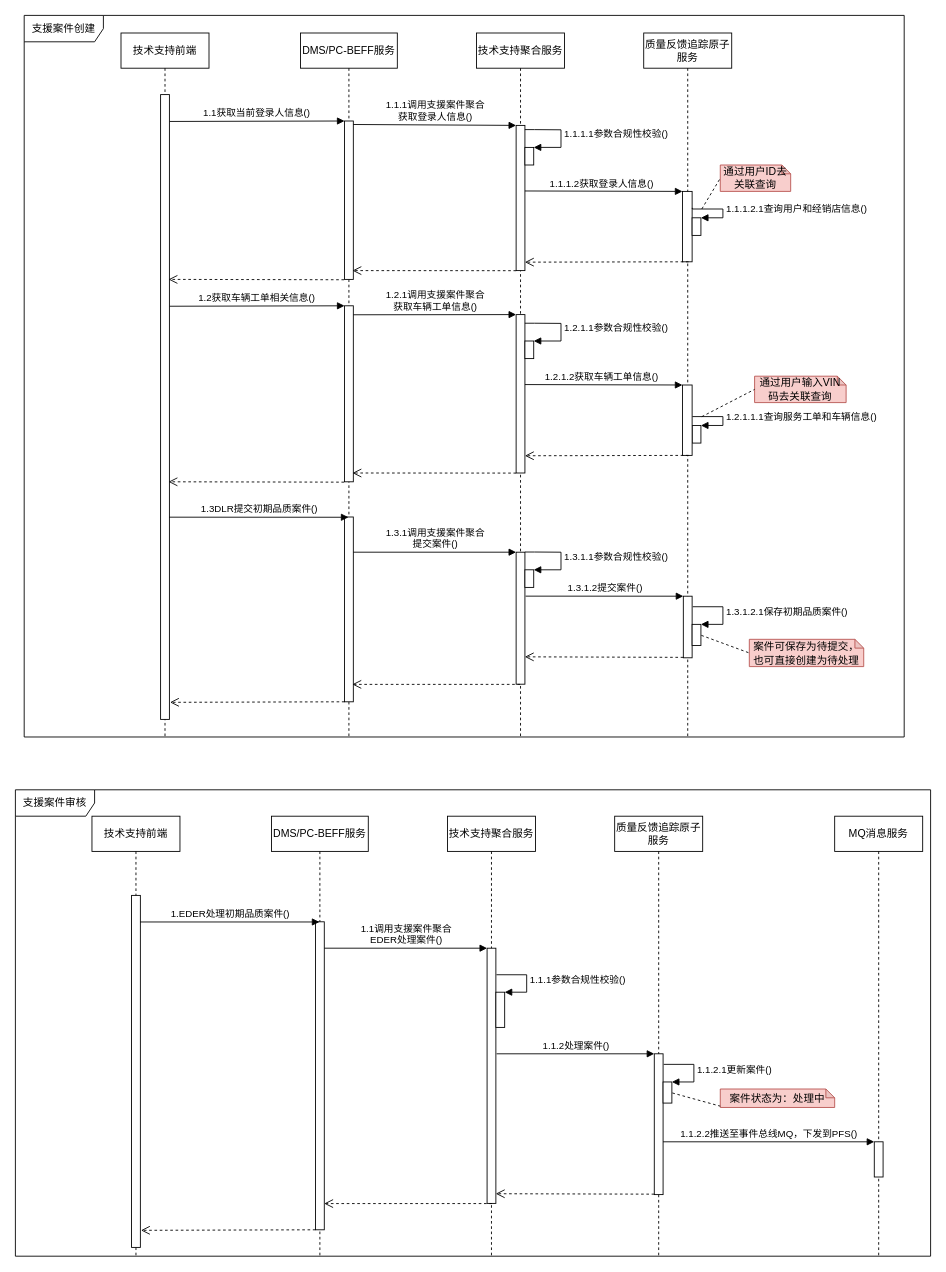
1132489442/designer keeps this draw.io diagram as page "大小部屋行为设计" (10 of 11) of images/支援案件时序图.drawio. Above is the earlier version. Source tidied: cells renumbered, new cells numbered last; positions are measured from the earlier drawing's top-left corner, leaving out a move shared by most shapes. Both pictures are drawn from the tidied source at 88%, with x=0, y=0 at pixel (15, 15).
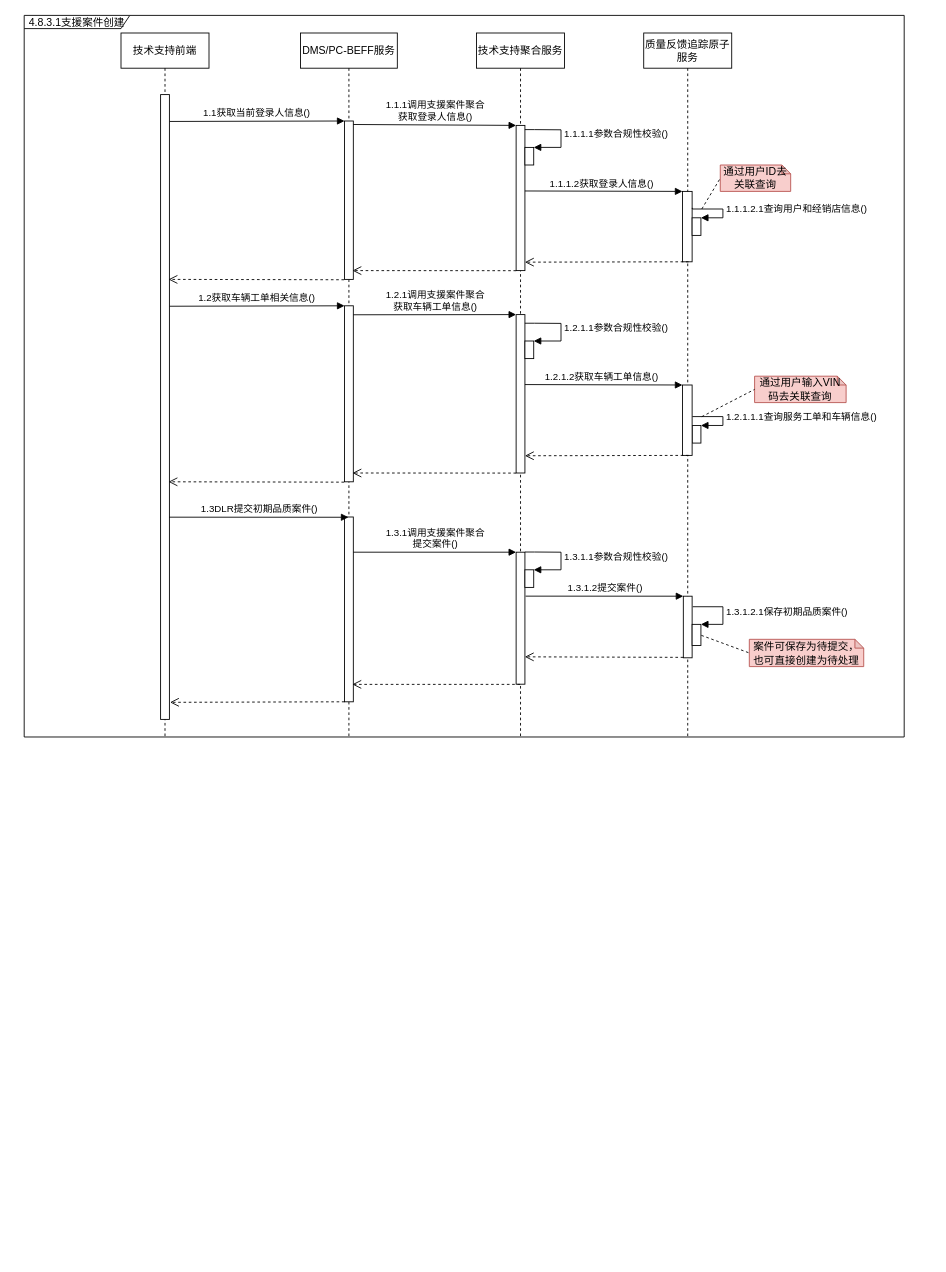
The same diagram, later.

The edit, as a diff of the source:
```diff
@@
-    <mxCell id="28" value="质量反馈追踪原子服务" style="shape=umlLifeline;perimeter=lifelinePerimeter;whiteSpace=wrap;html=1;" parent="1" vertex="1">
-      <mxGeometry x="681" y="910" width="100" height="500" as="geometry" />
-    </mxCell>
-    <mxCell id="29" value="技术支持聚合服务" style="shape=umlLifeline;perimeter=lifelinePerimeter;whiteSpace=wrap;html=1;" parent="1" vertex="1">
-      <mxGeometry x="491" y="910" width="100" height="500" as="geometry" />
-    </mxCell>
-    <mxCell id="30" value="技术支持前端" style="shape=umlLifeline;perimeter=lifelinePerimeter;whiteSpace=wrap;html=1;" parent="1" vertex="1">
-      <mxGeometry x="87" y="910" width="100" height="500" as="geometry" />
-    </mxCell>
-    <mxCell id="31" style="html=1;perimeter=orthogonalPerimeter;" parent="30" vertex="1">
-      <mxGeometry x="45" y="90" width="10" height="400" as="geometry" />
-    </mxCell>
-    <mxCell id="32" value="DMS/PC-BEFF服务" style="shape=umlLifeline;perimeter=lifelinePerimeter;whiteSpace=wrap;html=1;" parent="1" vertex="1">
-      <mxGeometry x="291" y="910" width="110" height="500" as="geometry" />
-    </mxCell>
-    <mxCell id="33" style="html=1;perimeter=orthogonalPerimeter;" parent="32" vertex="1">
-      <mxGeometry x="50" y="120" width="10" height="350" as="geometry" />
-    </mxCell>
-    <mxCell id="34" value="MQ消息服务" style="shape=umlLifeline;perimeter=lifelinePerimeter;whiteSpace=wrap;html=1;" parent="1" vertex="1">
-      <mxGeometry x="931" y="910" width="100" height="500" as="geometry" />
-    </mxCell>
-    <mxCell id="35" style="html=1;points=[];perimeter=orthogonalPerimeter;" parent="34" vertex="1">
-      <mxGeometry x="45" y="370" width="10" height="40" as="geometry" />
-    </mxCell>
-    <mxCell id="36" value="1.EDER处理初期品质案件()" style="html=1;verticalAlign=bottom;endArrow=block;rounded=0;exitX=0.967;exitY=0.255;exitDx=0;exitDy=0;exitPerimeter=0;" parent="1" edge="1">
-      <mxGeometry relative="1" as="geometry">
-        <mxPoint x="141.7" y="1030.2" as="sourcePoint" />
-        <mxPoint x="345.5" y="1030.2" as="targetPoint" />
-      </mxGeometry>
-    </mxCell>
-    <mxCell id="37" style="html=1;points=[];perimeter=orthogonalPerimeter;" parent="1" vertex="1">
-      <mxGeometry x="536" y="1060" width="10" height="290" as="geometry" />
-    </mxCell>
-    <mxCell id="38" value="1.1调用支援案件聚合&lt;br&gt;EDER处理案件()" style="html=1;verticalAlign=bottom;endArrow=block;entryX=0;entryY=0;rounded=0;" parent="1" edge="1">
-      <mxGeometry relative="1" as="geometry">
-        <mxPoint x="351" y="1060" as="sourcePoint" />
-        <mxPoint x="536" y="1060" as="targetPoint" />
-      </mxGeometry>
-    </mxCell>
-    <mxCell id="39" style="html=1;perimeter=orthogonalPerimeter;" parent="1" vertex="1">
-      <mxGeometry x="726" y="1180" width="10" height="160" as="geometry" />
-    </mxCell>
-    <mxCell id="40" style="html=1;perimeter=orthogonalPerimeter;" parent="1" vertex="1">
-      <mxGeometry x="736" y="1212" width="10" height="24" as="geometry" />
-    </mxCell>
-    <mxCell id="41" value="1.1.2.1更新案件()" style="edgeStyle=orthogonalEdgeStyle;html=1;align=left;spacingLeft=2;endArrow=block;rounded=0;entryX=1;entryY=0;exitX=1.069;exitY=0.171;exitDx=0;exitDy=0;exitPerimeter=0;" parent="1" edge="1">
-      <mxGeometry relative="1" as="geometry">
-        <mxPoint x="736.7" y="1192" as="sourcePoint" />
-        <mxPoint x="746" y="1212" as="targetPoint" />
-        <Array as="points">
-          <mxPoint x="771" y="1192" />
-          <mxPoint x="771" y="1212" />
-        </Array>
-      </mxGeometry>
-    </mxCell>
-    <mxCell id="42" value="1.1.2处理案件()" style="html=1;verticalAlign=bottom;endArrow=block;entryX=0;entryY=0;rounded=0;exitX=1.078;exitY=0.333;exitDx=0;exitDy=0;exitPerimeter=0;" parent="1" edge="1">
-      <mxGeometry relative="1" as="geometry">
-        <mxPoint x="546.8" y="1180" as="sourcePoint" />
-        <mxPoint x="726" y="1180" as="targetPoint" />
-      </mxGeometry>
-    </mxCell>
-    <mxCell id="43" style="html=1;verticalAlign=bottom;endArrow=open;dashed=1;endSize=8;exitX=0;exitY=0.95;rounded=0;entryX=0.991;entryY=0.773;entryDx=0;entryDy=0;entryPerimeter=0;" parent="1" edge="1">
-      <mxGeometry relative="1" as="geometry">
-        <mxPoint x="726" y="1339.5" as="sourcePoint" />
-        <mxPoint x="545.9" y="1339" as="targetPoint" />
-      </mxGeometry>
-    </mxCell>
-    <mxCell id="44" style="html=1;verticalAlign=bottom;endArrow=open;dashed=1;endSize=8;rounded=0;entryX=0.89;entryY=0.897;entryDx=0;entryDy=0;entryPerimeter=0;" parent="1" edge="1">
-      <mxGeometry relative="1" as="geometry">
-        <mxPoint x="541.5" y="1350.2" as="sourcePoint" />
-        <mxPoint x="350.9" y="1350.2" as="targetPoint" />
-      </mxGeometry>
-    </mxCell>
-    <mxCell id="45" style="html=1;verticalAlign=bottom;endArrow=open;dashed=1;endSize=8;rounded=0;entryX=1.071;entryY=0.454;entryDx=0;entryDy=0;entryPerimeter=0;" parent="1" edge="1">
-      <mxGeometry relative="1" as="geometry">
-        <mxPoint x="341" y="1380" as="sourcePoint" />
-        <mxPoint x="142.7" y="1380.6" as="targetPoint" />
-      </mxGeometry>
-    </mxCell>
-    <mxCell id="46" value="1.1.2.2&lt;span style=&quot;text-align: left&quot;&gt;推送至事件总线MQ，下发到PFS&lt;/span&gt;&lt;span style=&quot;text-align: left&quot;&gt;()&lt;/span&gt;" style="html=1;verticalAlign=bottom;endArrow=block;entryX=0;entryY=0;rounded=0;" parent="1" edge="1" target="35">
-      <mxGeometry relative="1" as="geometry">
-        <mxPoint x="736" y="1280" as="sourcePoint" />
-      </mxGeometry>
-    </mxCell>
-    <mxCell id="47" value="案件状态为：处理中" style="shape=note;whiteSpace=wrap;html=1;backgroundOutline=1;darkOpacity=0.05;size=10;fillColor=#f8cecc;strokeColor=#b85450;" parent="1" vertex="1">
-      <mxGeometry x="801" y="1220" width="130" height="21" as="geometry" />
-    </mxCell>
-    <mxCell id="48" style="endArrow=none;dashed=1;html=1;rounded=0;entryX=0;entryY=0.5;entryDx=0;entryDy=0;entryPerimeter=0;exitX=1.047;exitY=0.52;exitDx=0;exitDy=0;exitPerimeter=0;" parent="1" edge="1">
-      <mxGeometry relative="1" as="geometry">
-        <mxPoint x="746.5" y="1224.5" as="sourcePoint" />
-        <mxPoint x="801" y="1239.5" as="targetPoint" />
-      </mxGeometry>
-    </mxCell>
@@
-    <mxCell id="73" style="html=1;points=[];perimeter=orthogonalPerimeter;" parent="1" vertex="1">
-      <mxGeometry x="546" y="1110" width="10" height="40" as="geometry" />
-    </mxCell>
-    <mxCell id="74" value="1.1.1参数合规性校验()" style="edgeStyle=orthogonalEdgeStyle;html=1;align=left;spacingLeft=2;endArrow=block;rounded=0;entryX=1;entryY=0;exitX=1.064;exitY=0.104;exitDx=0;exitDy=0;exitPerimeter=0;" parent="1" edge="1" source="37" target="73">
-      <mxGeometry relative="1" as="geometry">
-        <Array as="points">
-          <mxPoint x="581" y="1090" />
-          <mxPoint x="581" y="1110" />
-        </Array>
-      </mxGeometry>
-    </mxCell>
-    <mxCell id="75" value="支援案件审核" style="shape=umlFrame;whiteSpace=wrap;html=1;width=90;height=30;" parent="1" vertex="1">
-      <mxGeometry y="880" width="1040" height="530" as="geometry" />
-    </mxCell>
-    <mxCell id="76" value="支援案件创建" style="shape=umlFrame;whiteSpace=wrap;html=1;width=90;height=30;" parent="1" vertex="1">
+    <mxCell id="76" value="4.8.3.1支援案件创建" style="shape=umlFrame;whiteSpace=wrap;html=1;width=120;height=15;" parent="1" vertex="1">
       <mxGeometry x="10" width="1000" height="820" as="geometry" />
     </mxCell>
```
